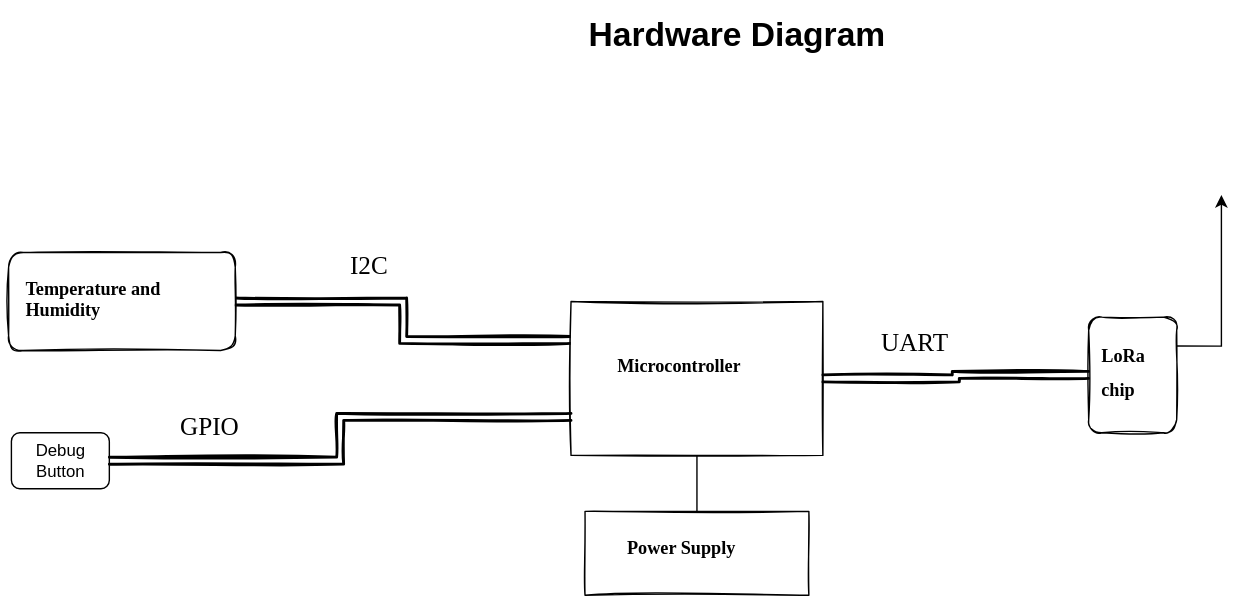
This is week_6/img/hardwareDiagram.drawio.svg from raynayx/OrangeStars, a draw.io export, as it was before one commit. Source tidied: cells renumbered, new cells last; positions are measured from the earlier drawing's top-left corner, leaving out a move shared by most shapes. Its diagram source:
```xml
<mxGraphModel shadow="1">
  <root>
    <mxCell id="0" style="html=1;" />
    <mxCell id="1" style="html=1;" parent="0" />
    <mxCell id="2" value="Hardware Diagram" style="text;strokeColor=none;fillColor=none;html=1;fontSize=24;fontStyle=1;verticalAlign=middle;align=center;sketch=1;" parent="1" vertex="1">
      <mxGeometry x="405.5" width="230" height="40" as="geometry" />
    </mxCell>
    <mxCell id="3" style="edgeStyle=orthogonalEdgeStyle;shape=link;rounded=0;sketch=1;jettySize=auto;html=1;exitX=1;exitY=0.5;exitDx=0;exitDy=0;entryX=0;entryY=0.25;entryDx=0;entryDy=0;fontFamily=Comic Sans MS;fontSize=13;strokeColor=default;strokeWidth=2;" parent="1" edge="1" source="11" target="4">
      <mxGeometry relative="1" as="geometry" />
    </mxCell>
    <mxCell id="4" style="rounded=0;whiteSpace=wrap;html=1;sketch=1;" parent="1" vertex="1">
      <mxGeometry x="402" y="210" width="180" height="110" as="geometry" />
    </mxCell>
    <mxCell id="5" value="&lt;h1 style=&quot;font-size: 13px&quot;&gt;Microcontroller&lt;/h1&gt;" style="text;html=1;strokeColor=none;fillColor=none;spacing=5;spacingTop=-20;whiteSpace=wrap;overflow=hidden;rounded=0;sketch=1;fontFamily=Comic Sans MS;" parent="1" vertex="1">
      <mxGeometry x="430.8" y="250" width="122.5" height="30" as="geometry" />
    </mxCell>
    <mxCell id="6" style="group;" parent="1" vertex="1">
      <mxGeometry x="772" y="221.2" width="94.9" height="82.7" as="geometry" />
    </mxCell>
    <mxCell id="7" style="rounded=1;whiteSpace=wrap;html=1;sketch=1;rotation=-90;" parent="6" vertex="1">
      <mxGeometry x="-9.9" y="9.9" width="82.7" height="62.9" as="geometry" />
    </mxCell>
    <mxCell id="8" value="&lt;h1 style=&quot;font-size: 13px&quot;&gt;LoRa&lt;/h1&gt;&lt;h1 style=&quot;font-size: 13px&quot;&gt;chip&lt;/h1&gt;" style="text;html=1;strokeColor=none;fillColor=none;spacing=5;spacingTop=-20;whiteSpace=wrap;overflow=hidden;rounded=0;sketch=1;fontFamily=Comic Sans MS;" parent="6" vertex="1">
      <mxGeometry x="4.9" y="22.3" width="60" height="40.4" as="geometry" />
    </mxCell>
    <mxCell id="9" style="endArrow=classic;html=1;rounded=0;exitX=0.75;exitY=1;exitDx=0;exitDy=0;" parent="6" edge="1" source="7">
      <mxGeometry relative="1" as="geometry">
        <mxPoint x="94.9" y="-87.3" as="targetPoint" />
        <Array as="points">
          <mxPoint x="94.9" y="20.7" />
        </Array>
      </mxGeometry>
    </mxCell>
    <mxCell id="10" style="group;" parent="1" vertex="1">
      <mxGeometry y="175" width="162" height="70" as="geometry" />
    </mxCell>
    <mxCell id="11" style="rounded=1;whiteSpace=wrap;html=1;sketch=1;fontFamily=Comic Sans MS;" parent="10" vertex="1">
      <mxGeometry width="162" height="70" as="geometry" />
    </mxCell>
    <mxCell id="12" value="&lt;h1 style=&quot;font-size: 13px&quot;&gt;Temperature and Humidity&lt;/h1&gt;&lt;h1 style=&quot;font-size: 13px&quot;&gt;Sensor&lt;/h1&gt;" style="text;html=1;strokeColor=none;fillColor=none;spacing=5;spacingTop=-20;whiteSpace=wrap;overflow=hidden;rounded=0;sketch=1;fontFamily=Comic Sans MS;" parent="10" vertex="1">
      <mxGeometry x="7.5" y="20" width="147" height="30" as="geometry" />
    </mxCell>
    <mxCell id="13" style="edgeStyle=orthogonalEdgeStyle;shape=link;rounded=0;sketch=1;jettySize=auto;html=1;exitX=1;exitY=0.5;exitDx=0;exitDy=0;entryX=0.5;entryY=0;entryDx=0;entryDy=0;fontFamily=Comic Sans MS;fontSize=13;strokeColor=default;strokeWidth=2;" parent="1" edge="1" source="4" target="7">
      <mxGeometry relative="1" as="geometry" />
    </mxCell>
    <mxCell id="14" value="Debug Button" style="rounded=1;whiteSpace=wrap;html=1;" parent="1" vertex="1">
      <mxGeometry x="2" y="303.8" width="70" height="40" as="geometry" />
    </mxCell>
    <mxCell id="15" style="edgeStyle=orthogonalEdgeStyle;shape=link;rounded=0;sketch=1;jettySize=auto;html=1;exitX=1;exitY=0.5;exitDx=0;exitDy=0;entryX=0;entryY=0.75;entryDx=0;entryDy=0;fontFamily=Comic Sans MS;fontSize=13;strokeColor=default;strokeWidth=2;" parent="1" edge="1" source="14" target="4">
      <mxGeometry relative="1" as="geometry" />
    </mxCell>
    <mxCell id="16" value="&lt;font face=&quot;Comic Sans MS&quot; style=&quot;font-size: 18px&quot;&gt;I2C&lt;/font&gt;" style="text;html=1;align=center;verticalAlign=middle;strokeColor=none;fillColor=none;" parent="1" vertex="1">
      <mxGeometry x="232" y="175" width="50" height="20" as="geometry" />
    </mxCell>
    <mxCell id="17" value="&lt;font face=&quot;Comic Sans MS&quot; style=&quot;font-size: 18px&quot;&gt;GPIO&lt;/font&gt;" style="text;html=1;align=center;verticalAlign=middle;strokeColor=none;fillColor=none;" parent="1" vertex="1">
      <mxGeometry x="113" y="290" width="60" height="20" as="geometry" />
    </mxCell>
    <mxCell id="18" value="&lt;font face=&quot;Comic Sans MS&quot; style=&quot;font-size: 18px&quot;&gt;UART&lt;/font&gt;" style="text;html=1;align=center;verticalAlign=middle;strokeColor=none;fillColor=none;" parent="1" vertex="1">
      <mxGeometry x="612" y="230" width="70" height="20" as="geometry" />
    </mxCell>
    <mxCell id="19" style="group;" parent="1" vertex="1">
      <mxGeometry x="412" y="360" width="160" height="60" as="geometry" />
    </mxCell>
    <mxCell id="20" style="rounded=0;whiteSpace=wrap;html=1;sketch=1;" parent="19" vertex="1">
      <mxGeometry width="160" height="60" as="geometry" />
    </mxCell>
    <mxCell id="21" value="&lt;h1 style=&quot;font-size: 13px&quot;&gt;Power Supply&amp;nbsp;&lt;/h1&gt;" style="text;html=1;strokeColor=none;fillColor=none;spacing=5;spacingTop=-20;whiteSpace=wrap;overflow=hidden;rounded=0;sketch=1;fontFamily=Comic Sans MS;" parent="19" vertex="1">
      <mxGeometry x="25.2" y="20" width="110" height="30" as="geometry" />
    </mxCell>
    <mxCell id="22" style="endArrow=none;html=1;rounded=0;fontFamily=Comic Sans MS;fontSize=18;entryX=0.5;entryY=1;entryDx=0;entryDy=0;exitX=0.5;exitY=0;exitDx=0;exitDy=0;" parent="1" edge="1" source="20" target="4">
      <mxGeometry relative="1" as="geometry">
        <Array as="points">
          <mxPoint x="492" y="360" />
        </Array>
      </mxGeometry>
    </mxCell>
  </root>
</mxGraphModel>
```
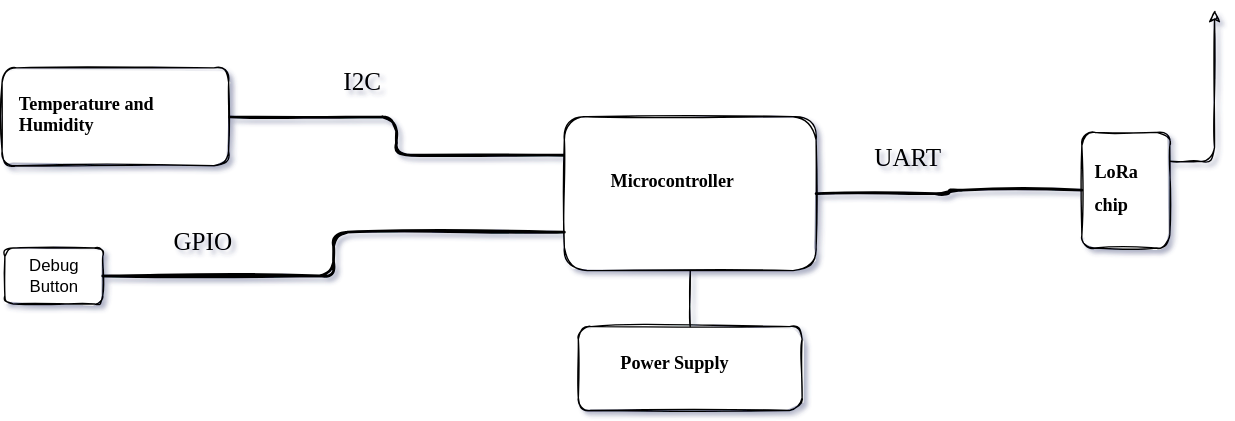
Later version of the same file.

The edit, as a diff of the source:
```diff
@@ -2,28 +2,25 @@
   <root>
     <mxCell id="0" style="html=1;" />
     <mxCell id="1" style="html=1;" parent="0" />
-    <mxCell id="2" value="Hardware Diagram" style="text;strokeColor=none;fillColor=none;html=1;fontSize=24;fontStyle=1;verticalAlign=middle;align=center;sketch=1;" parent="1" vertex="1">
-      <mxGeometry x="405.5" width="230" height="40" as="geometry" />
-    </mxCell>
-    <mxCell id="3" style="edgeStyle=orthogonalEdgeStyle;shape=link;rounded=0;sketch=1;jettySize=auto;html=1;exitX=1;exitY=0.5;exitDx=0;exitDy=0;entryX=0;entryY=0.25;entryDx=0;entryDy=0;fontFamily=Comic Sans MS;fontSize=13;strokeColor=default;strokeWidth=2;" parent="1" edge="1" source="11" target="4">
+    <mxCell id="3" style="edgeStyle=orthogonalEdgeStyle;rounded=1;jettySize=auto;html=1;exitX=1;exitY=0.5;exitDx=0;exitDy=0;entryX=0;entryY=0.25;entryDx=0;entryDy=0;fontFamily=Comic Sans MS;fontSize=13;strokeColor=default;strokeWidth=2;endArrow=none;endFill=0;sketch=1;" parent="1" edge="1" source="11" target="4">
       <mxGeometry relative="1" as="geometry" />
     </mxCell>
-    <mxCell id="4" style="rounded=0;whiteSpace=wrap;html=1;sketch=1;" parent="1" vertex="1">
+    <mxCell id="4" style="rounded=1;whiteSpace=wrap;html=1;sketch=1;" parent="1" vertex="1">
       <mxGeometry x="402" y="210" width="180" height="110" as="geometry" />
     </mxCell>
-    <mxCell id="5" value="&lt;h1 style=&quot;font-size: 13px&quot;&gt;Microcontroller&lt;/h1&gt;" style="text;html=1;strokeColor=none;fillColor=none;spacing=5;spacingTop=-20;whiteSpace=wrap;overflow=hidden;rounded=0;sketch=1;fontFamily=Comic Sans MS;" parent="1" vertex="1">
+    <mxCell id="5" value="&lt;h1 style=&quot;font-size: 13px&quot;&gt;Microcontroller&lt;/h1&gt;" style="text;html=1;strokeColor=none;fillColor=none;spacing=5;spacingTop=-20;whiteSpace=wrap;overflow=hidden;rounded=1;fontFamily=Comic Sans MS;sketch=1;" parent="1" vertex="1">
       <mxGeometry x="430.8" y="250" width="122.5" height="30" as="geometry" />
     </mxCell>
-    <mxCell id="6" style="group;" parent="1" vertex="1">
+    <mxCell id="6" style="group;rounded=1;sketch=1;" parent="1" vertex="1">
       <mxGeometry x="772" y="221.2" width="94.9" height="82.7" as="geometry" />
     </mxCell>
-    <mxCell id="7" style="rounded=1;whiteSpace=wrap;html=1;sketch=1;rotation=-90;" parent="6" vertex="1">
+    <mxCell id="7" style="rounded=1;whiteSpace=wrap;html=1;rotation=-90;sketch=1;" parent="6" vertex="1">
       <mxGeometry x="-9.9" y="9.9" width="82.7" height="62.9" as="geometry" />
     </mxCell>
-    <mxCell id="8" value="&lt;h1 style=&quot;font-size: 13px&quot;&gt;LoRa&lt;/h1&gt;&lt;h1 style=&quot;font-size: 13px&quot;&gt;chip&lt;/h1&gt;" style="text;html=1;strokeColor=none;fillColor=none;spacing=5;spacingTop=-20;whiteSpace=wrap;overflow=hidden;rounded=0;sketch=1;fontFamily=Comic Sans MS;" parent="6" vertex="1">
+    <mxCell id="8" value="&lt;h1 style=&quot;font-size: 13px&quot;&gt;LoRa&lt;/h1&gt;&lt;h1 style=&quot;font-size: 13px&quot;&gt;chip&lt;/h1&gt;" style="text;html=1;strokeColor=none;fillColor=none;spacing=5;spacingTop=-20;whiteSpace=wrap;overflow=hidden;rounded=1;fontFamily=Comic Sans MS;sketch=1;" parent="6" vertex="1">
       <mxGeometry x="4.9" y="22.3" width="60" height="40.4" as="geometry" />
     </mxCell>
-    <mxCell id="9" style="endArrow=classic;html=1;rounded=0;exitX=0.75;exitY=1;exitDx=0;exitDy=0;" parent="6" edge="1" source="7">
+    <mxCell id="9" style="endArrow=classic;html=1;rounded=1;exitX=0.75;exitY=1;exitDx=0;exitDy=0;sketch=1;" parent="6" edge="1" source="7">
       <mxGeometry relative="1" as="geometry">
         <mxPoint x="94.9" y="-87.3" as="targetPoint" />
         <Array as="points">
@@ -31,43 +28,43 @@
         </Array>
       </mxGeometry>
     </mxCell>
-    <mxCell id="10" style="group;" parent="1" vertex="1">
+    <mxCell id="10" style="group;rounded=1;sketch=1;" parent="1" vertex="1">
       <mxGeometry y="175" width="162" height="70" as="geometry" />
     </mxCell>
-    <mxCell id="11" style="rounded=1;whiteSpace=wrap;html=1;sketch=1;fontFamily=Comic Sans MS;" parent="10" vertex="1">
+    <mxCell id="11" style="rounded=1;whiteSpace=wrap;html=1;fontFamily=Comic Sans MS;sketch=1;" parent="10" vertex="1">
       <mxGeometry width="162" height="70" as="geometry" />
     </mxCell>
-    <mxCell id="12" value="&lt;h1 style=&quot;font-size: 13px&quot;&gt;Temperature and Humidity&lt;/h1&gt;&lt;h1 style=&quot;font-size: 13px&quot;&gt;Sensor&lt;/h1&gt;" style="text;html=1;strokeColor=none;fillColor=none;spacing=5;spacingTop=-20;whiteSpace=wrap;overflow=hidden;rounded=0;sketch=1;fontFamily=Comic Sans MS;" parent="10" vertex="1">
+    <mxCell id="12" value="&lt;h1 style=&quot;font-size: 13px&quot;&gt;Temperature and Humidity&lt;/h1&gt;&lt;h1 style=&quot;font-size: 13px&quot;&gt;Sensor&lt;/h1&gt;" style="text;html=1;strokeColor=none;fillColor=none;spacing=5;spacingTop=-20;whiteSpace=wrap;overflow=hidden;rounded=1;fontFamily=Comic Sans MS;sketch=1;" parent="10" vertex="1">
       <mxGeometry x="7.5" y="20" width="147" height="30" as="geometry" />
     </mxCell>
-    <mxCell id="13" style="edgeStyle=orthogonalEdgeStyle;shape=link;rounded=0;sketch=1;jettySize=auto;html=1;exitX=1;exitY=0.5;exitDx=0;exitDy=0;entryX=0.5;entryY=0;entryDx=0;entryDy=0;fontFamily=Comic Sans MS;fontSize=13;strokeColor=default;strokeWidth=2;" parent="1" edge="1" source="4" target="7">
+    <mxCell id="13" style="edgeStyle=orthogonalEdgeStyle;rounded=1;jettySize=auto;html=1;exitX=1;exitY=0.5;exitDx=0;exitDy=0;entryX=0.5;entryY=0;entryDx=0;entryDy=0;fontFamily=Comic Sans MS;fontSize=13;strokeColor=default;strokeWidth=2;endArrow=none;endFill=0;sketch=1;" parent="1" edge="1" source="4" target="7">
       <mxGeometry relative="1" as="geometry" />
     </mxCell>
-    <mxCell id="14" value="Debug Button" style="rounded=1;whiteSpace=wrap;html=1;" parent="1" vertex="1">
+    <mxCell id="14" value="Debug Button" style="rounded=1;whiteSpace=wrap;html=1;sketch=1;" parent="1" vertex="1">
       <mxGeometry x="2" y="303.8" width="70" height="40" as="geometry" />
     </mxCell>
-    <mxCell id="15" style="edgeStyle=orthogonalEdgeStyle;shape=link;rounded=0;sketch=1;jettySize=auto;html=1;exitX=1;exitY=0.5;exitDx=0;exitDy=0;entryX=0;entryY=0.75;entryDx=0;entryDy=0;fontFamily=Comic Sans MS;fontSize=13;strokeColor=default;strokeWidth=2;" parent="1" edge="1" source="14" target="4">
+    <mxCell id="15" style="edgeStyle=orthogonalEdgeStyle;rounded=1;jettySize=auto;html=1;exitX=1;exitY=0.5;exitDx=0;exitDy=0;entryX=0;entryY=0.75;entryDx=0;entryDy=0;fontFamily=Comic Sans MS;fontSize=13;strokeColor=default;strokeWidth=2;endArrow=none;endFill=0;sketch=1;" parent="1" edge="1" source="14" target="4">
       <mxGeometry relative="1" as="geometry" />
     </mxCell>
-    <mxCell id="16" value="&lt;font face=&quot;Comic Sans MS&quot; style=&quot;font-size: 18px&quot;&gt;I2C&lt;/font&gt;" style="text;html=1;align=center;verticalAlign=middle;strokeColor=none;fillColor=none;" parent="1" vertex="1">
+    <mxCell id="16" value="&lt;font face=&quot;Comic Sans MS&quot; style=&quot;font-size: 18px&quot;&gt;I2C&lt;/font&gt;" style="text;html=1;align=center;verticalAlign=middle;strokeColor=none;fillColor=none;rounded=1;sketch=1;" parent="1" vertex="1">
       <mxGeometry x="232" y="175" width="50" height="20" as="geometry" />
     </mxCell>
-    <mxCell id="17" value="&lt;font face=&quot;Comic Sans MS&quot; style=&quot;font-size: 18px&quot;&gt;GPIO&lt;/font&gt;" style="text;html=1;align=center;verticalAlign=middle;strokeColor=none;fillColor=none;" parent="1" vertex="1">
+    <mxCell id="17" value="&lt;font face=&quot;Comic Sans MS&quot; style=&quot;font-size: 18px&quot;&gt;GPIO&lt;/font&gt;" style="text;html=1;align=center;verticalAlign=middle;strokeColor=none;fillColor=none;rounded=1;sketch=1;" parent="1" vertex="1">
       <mxGeometry x="113" y="290" width="60" height="20" as="geometry" />
     </mxCell>
-    <mxCell id="18" value="&lt;font face=&quot;Comic Sans MS&quot; style=&quot;font-size: 18px&quot;&gt;UART&lt;/font&gt;" style="text;html=1;align=center;verticalAlign=middle;strokeColor=none;fillColor=none;" parent="1" vertex="1">
+    <mxCell id="18" value="&lt;font face=&quot;Comic Sans MS&quot; style=&quot;font-size: 18px&quot;&gt;UART&lt;/font&gt;" style="text;html=1;align=center;verticalAlign=middle;strokeColor=none;fillColor=none;rounded=1;sketch=1;" parent="1" vertex="1">
       <mxGeometry x="612" y="230" width="70" height="20" as="geometry" />
     </mxCell>
-    <mxCell id="19" style="group;" parent="1" vertex="1">
+    <mxCell id="19" style="group;rounded=1;sketch=1;" parent="1" vertex="1">
       <mxGeometry x="412" y="360" width="160" height="60" as="geometry" />
     </mxCell>
-    <mxCell id="20" style="rounded=0;whiteSpace=wrap;html=1;sketch=1;" parent="19" vertex="1">
+    <mxCell id="20" style="rounded=1;whiteSpace=wrap;html=1;sketch=1;" parent="19" vertex="1">
       <mxGeometry width="160" height="60" as="geometry" />
     </mxCell>
-    <mxCell id="21" value="&lt;h1 style=&quot;font-size: 13px&quot;&gt;Power Supply&amp;nbsp;&lt;/h1&gt;" style="text;html=1;strokeColor=none;fillColor=none;spacing=5;spacingTop=-20;whiteSpace=wrap;overflow=hidden;rounded=0;sketch=1;fontFamily=Comic Sans MS;" parent="19" vertex="1">
+    <mxCell id="21" value="&lt;h1 style=&quot;font-size: 13px&quot;&gt;Power Supply&amp;nbsp;&lt;/h1&gt;" style="text;html=1;strokeColor=none;fillColor=none;spacing=5;spacingTop=-20;whiteSpace=wrap;overflow=hidden;rounded=1;fontFamily=Comic Sans MS;sketch=1;" parent="19" vertex="1">
       <mxGeometry x="25.2" y="20" width="110" height="30" as="geometry" />
     </mxCell>
-    <mxCell id="22" style="endArrow=none;html=1;rounded=0;fontFamily=Comic Sans MS;fontSize=18;entryX=0.5;entryY=1;entryDx=0;entryDy=0;exitX=0.5;exitY=0;exitDx=0;exitDy=0;" parent="1" edge="1" source="20" target="4">
+    <mxCell id="22" style="endArrow=none;html=1;rounded=1;fontFamily=Comic Sans MS;fontSize=18;entryX=0.5;entryY=1;entryDx=0;entryDy=0;exitX=0.5;exitY=0;exitDx=0;exitDy=0;sketch=1;" parent="1" edge="1" source="20" target="4">
       <mxGeometry relative="1" as="geometry">
         <Array as="points">
           <mxPoint x="492" y="360" />
```
